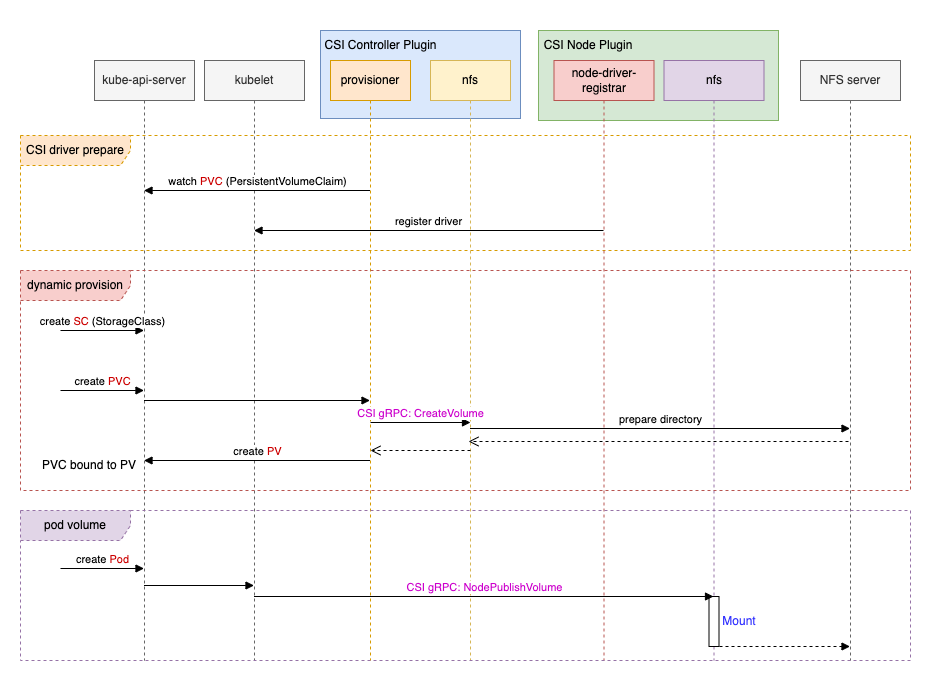
RifeWang/images keeps this draw.io diagram as k8s/k8s-csi.drawio.png. Above is the earlier version. Source tidied: cells renumbered, new cells last; positions are measured from the earlier drawing's top-left corner, leaving out a move shared by most shapes. Its diagram source:
```xml
<mxGraphModel>
  <root>
    <mxCell id="0" />
    <mxCell id="1" parent="0" />
    <mxCell id="2" style="rounded=0;whiteSpace=wrap;html=1;strokeColor=none;" parent="1" vertex="1">
      <mxGeometry width="950" height="690" as="geometry" />
    </mxCell>
    <mxCell id="3" value="CSI driver prepare" style="shape=umlFrame;whiteSpace=wrap;html=1;width=110;height=30;dashed=1;fillColor=#ffe6cc;strokeColor=#d79b00;" parent="1" vertex="1">
      <mxGeometry x="20" y="135" width="890" height="115" as="geometry" />
    </mxCell>
    <mxCell id="4" style="rounded=0;whiteSpace=wrap;html=1;align=left;fillColor=#d5e8d4;strokeColor=#82b366;" parent="1" vertex="1">
      <mxGeometry x="538" y="30" width="240" height="90" as="geometry" />
    </mxCell>
    <mxCell id="5" style="rounded=0;whiteSpace=wrap;html=1;align=left;fillColor=#dae8fc;strokeColor=#6c8ebf;" parent="1" vertex="1">
      <mxGeometry x="320" y="30" width="200" height="88" as="geometry" />
    </mxCell>
    <mxCell id="6" value="kube-api-server" style="shape=umlLifeline;perimeter=lifelinePerimeter;whiteSpace=wrap;html=1;outlineConnect=0;portConstraint=eastwest;newEdgeStyle={&quot;curved&quot;:0,&quot;rounded&quot;:0};fillColor=#f5f5f5;fontColor=#333333;strokeColor=#666666;" parent="1" vertex="1">
      <mxGeometry x="94" y="60" width="100" height="600" as="geometry" />
    </mxCell>
    <mxCell id="7" value="provisioner" style="shape=umlLifeline;perimeter=lifelinePerimeter;whiteSpace=wrap;html=1;newEdgeStyle={&quot;curved&quot;:0,&quot;rounded&quot;:0};fillColor=#ffe6cc;strokeColor=#d79b00;" parent="1" vertex="1">
      <mxGeometry x="330" y="60" width="80" height="600" as="geometry" />
    </mxCell>
    <mxCell id="8" value="nfs" style="shape=umlLifeline;perimeter=lifelinePerimeter;whiteSpace=wrap;html=1;newEdgeStyle={&quot;curved&quot;:0,&quot;rounded&quot;:0};fillColor=#fff2cc;strokeColor=#d6b656;" parent="1" vertex="1">
      <mxGeometry x="430" y="60" width="80" height="600" as="geometry" />
    </mxCell>
    <mxCell id="9" value="&lt;span style=&quot;text-align: left;&quot;&gt;CSI Controller Plugin&lt;/span&gt;" style="text;html=1;align=center;verticalAlign=middle;whiteSpace=wrap;rounded=0;" parent="1" vertex="1">
      <mxGeometry x="320" y="30" width="121" height="30" as="geometry" />
    </mxCell>
    <mxCell id="10" value="kubelet" style="shape=umlLifeline;perimeter=lifelinePerimeter;whiteSpace=wrap;html=1;newEdgeStyle={&quot;curved&quot;:0,&quot;rounded&quot;:0};fillColor=#f5f5f5;fontColor=#333333;strokeColor=#666666;" parent="1" vertex="1">
      <mxGeometry x="204" y="60" width="100" height="600" as="geometry" />
    </mxCell>
    <mxCell id="11" value="node-driver-registrar" style="shape=umlLifeline;perimeter=lifelinePerimeter;whiteSpace=wrap;html=1;newEdgeStyle={&quot;curved&quot;:0,&quot;rounded&quot;:0};fillColor=#f8cecc;strokeColor=#b85450;" parent="1" vertex="1">
      <mxGeometry x="553.5" y="60" width="100" height="600" as="geometry" />
    </mxCell>
    <mxCell id="12" value="nfs" style="shape=umlLifeline;perimeter=lifelinePerimeter;whiteSpace=wrap;html=1;newEdgeStyle={&quot;curved&quot;:0,&quot;rounded&quot;:0};fillColor=#e1d5e7;strokeColor=#9673a6;" parent="1" vertex="1">
      <mxGeometry x="663.5" y="60" width="100" height="600" as="geometry" />
    </mxCell>
    <mxCell id="13" style="html=1;perimeter=orthogonalPerimeter;targetShapes=umlLifeline;newEdgeStyle={&quot;curved&quot;:0,&quot;rounded&quot;:0};" parent="12" vertex="1">
      <mxGeometry x="45" y="536" width="10" height="50" as="geometry" />
    </mxCell>
    <mxCell id="14" value="&lt;span style=&quot;text-align: left;&quot;&gt;CSI Node Plugin&lt;/span&gt;" style="text;html=1;align=center;verticalAlign=middle;whiteSpace=wrap;rounded=0;" parent="1" vertex="1">
      <mxGeometry x="538" y="30" width="100" height="30" as="geometry" />
    </mxCell>
    <mxCell id="15" value="NFS server" style="shape=umlLifeline;perimeter=lifelinePerimeter;whiteSpace=wrap;html=1;newEdgeStyle={&quot;curved&quot;:0,&quot;rounded&quot;:0};fillColor=#f5f5f5;fontColor=#333333;strokeColor=#666666;" parent="1" vertex="1">
      <mxGeometry x="800" y="60" width="100" height="600" as="geometry" />
    </mxCell>
    <mxCell id="16" value="watch &lt;font color=&quot;#cc0000&quot;&gt;PVC&lt;/font&gt; (PersistentVolumeClaim)" style="html=1;verticalAlign=bottom;endArrow=block;curved=0;rounded=0;" parent="1" edge="1">
      <mxGeometry relative="1" as="geometry">
        <mxPoint x="369.5" y="190" as="sourcePoint" />
        <mxPoint x="143.5" y="190" as="targetPoint" />
      </mxGeometry>
    </mxCell>
    <mxCell id="17" value="register driver" style="html=1;verticalAlign=bottom;endArrow=block;curved=0;rounded=0;" parent="1" edge="1">
      <mxGeometry relative="1" as="geometry">
        <mxPoint x="603" y="230" as="sourcePoint" />
        <mxPoint x="253.5" y="230" as="targetPoint" />
      </mxGeometry>
    </mxCell>
    <mxCell id="18" value="create &lt;font color=&quot;#cc0000&quot;&gt;SC&lt;/font&gt; (StorageClass)" style="html=1;verticalAlign=bottom;endArrow=block;curved=0;rounded=0;" parent="1" edge="1" target="6">
      <mxGeometry relative="1" as="geometry">
        <mxPoint x="60" y="330" as="sourcePoint" />
      </mxGeometry>
    </mxCell>
    <mxCell id="19" value="create &lt;font color=&quot;#cc0000&quot;&gt;PVC&lt;/font&gt;" style="html=1;verticalAlign=bottom;endArrow=block;curved=0;rounded=0;" parent="1" edge="1" target="6">
      <mxGeometry relative="1" as="geometry">
        <mxPoint x="60" y="390" as="sourcePoint" />
      </mxGeometry>
    </mxCell>
    <mxCell id="20" style="html=1;verticalAlign=bottom;endArrow=block;curved=0;rounded=0;" parent="1" edge="1">
      <mxGeometry relative="1" as="geometry">
        <mxPoint x="143.5" y="400" as="sourcePoint" />
        <mxPoint x="369.5" y="400" as="targetPoint" />
      </mxGeometry>
    </mxCell>
    <mxCell id="21" value="&lt;font color=&quot;#cc00cc&quot;&gt;CSI gRPC: CreateVolume&lt;/font&gt;" style="html=1;verticalAlign=bottom;endArrow=block;curved=0;rounded=0;" parent="1" edge="1">
      <mxGeometry relative="1" as="geometry">
        <mxPoint x="370" y="422" as="sourcePoint" />
        <mxPoint x="470" y="422" as="targetPoint" />
      </mxGeometry>
    </mxCell>
    <mxCell id="22" value="prepare directory" style="html=1;verticalAlign=bottom;endArrow=block;curved=0;rounded=0;" parent="1" edge="1">
      <mxGeometry relative="1" as="geometry">
        <mxPoint x="469.5" y="428" as="sourcePoint" />
        <mxPoint x="849.5" y="428" as="targetPoint" />
      </mxGeometry>
    </mxCell>
    <mxCell id="23" style="html=1;verticalAlign=bottom;endArrow=open;dashed=1;endSize=8;curved=0;rounded=0;" parent="1" edge="1">
      <mxGeometry relative="1" as="geometry">
        <mxPoint x="848" y="441" as="sourcePoint" />
        <mxPoint x="468" y="441" as="targetPoint" />
      </mxGeometry>
    </mxCell>
    <mxCell id="24" style="html=1;verticalAlign=bottom;endArrow=open;dashed=1;endSize=8;curved=0;rounded=0;" parent="1" edge="1">
      <mxGeometry relative="1" as="geometry">
        <mxPoint x="470" y="450" as="sourcePoint" />
        <mxPoint x="370" y="450" as="targetPoint" />
      </mxGeometry>
    </mxCell>
    <mxCell id="25" value="create &lt;font color=&quot;#cc0000&quot;&gt;PV&lt;/font&gt;" style="html=1;verticalAlign=bottom;endArrow=block;curved=0;rounded=0;" parent="1" edge="1">
      <mxGeometry relative="1" as="geometry">
        <mxPoint x="369.5" y="460" as="sourcePoint" />
        <mxPoint x="143.5" y="460" as="targetPoint" />
      </mxGeometry>
    </mxCell>
    <mxCell id="26" value="PVC bound to PV" style="text;html=1;align=center;verticalAlign=middle;whiteSpace=wrap;rounded=0;" parent="1" vertex="1">
      <mxGeometry x="36" y="450" width="106" height="30" as="geometry" />
    </mxCell>
    <mxCell id="27" value="create &lt;font color=&quot;#cc0000&quot;&gt;Pod&lt;/font&gt;" style="html=1;verticalAlign=bottom;endArrow=block;curved=0;rounded=0;" parent="1" edge="1">
      <mxGeometry relative="1" as="geometry">
        <mxPoint x="60" y="568" as="sourcePoint" />
        <mxPoint x="143.5" y="568" as="targetPoint" />
        <Array as="points">
          <mxPoint x="60" y="568" />
        </Array>
      </mxGeometry>
    </mxCell>
    <mxCell id="28" style="html=1;verticalAlign=bottom;endArrow=block;curved=0;rounded=0;" parent="1" edge="1">
      <mxGeometry relative="1" as="geometry">
        <mxPoint x="143.5" y="585" as="sourcePoint" />
        <mxPoint x="253.5" y="585" as="targetPoint" />
      </mxGeometry>
    </mxCell>
    <mxCell id="29" value="&lt;font color=&quot;#cc00cc&quot;&gt;CSI gRPC: NodePublishVolume&lt;/font&gt;" style="html=1;verticalAlign=bottom;endArrow=block;curved=0;rounded=0;" parent="1" edge="1">
      <mxGeometry relative="1" as="geometry">
        <mxPoint x="253.5" y="596" as="sourcePoint" />
        <mxPoint x="713" y="596" as="targetPoint" />
      </mxGeometry>
    </mxCell>
    <mxCell id="30" value="&lt;font color=&quot;#3333ff&quot;&gt;Mount&lt;/font&gt;" style="text;html=1;align=center;verticalAlign=middle;whiteSpace=wrap;rounded=0;" parent="1" vertex="1">
      <mxGeometry x="718" y="606" width="42" height="30" as="geometry" />
    </mxCell>
    <mxCell id="31" style="html=1;verticalAlign=bottom;endArrow=block;curved=0;rounded=0;dashed=1;" parent="1" edge="1">
      <mxGeometry relative="1" as="geometry">
        <mxPoint x="713" y="646" as="sourcePoint" />
        <mxPoint x="849.5" y="646" as="targetPoint" />
      </mxGeometry>
    </mxCell>
    <mxCell id="32" value="dynamic provision" style="shape=umlFrame;whiteSpace=wrap;html=1;width=110;height=30;dashed=1;fillColor=#f8cecc;strokeColor=#b85450;" parent="1" vertex="1">
      <mxGeometry x="20" y="270" width="890" height="220" as="geometry" />
    </mxCell>
    <mxCell id="33" value="pod volume" style="shape=umlFrame;whiteSpace=wrap;html=1;width=110;height=30;dashed=1;fillColor=#e1d5e7;strokeColor=#9673a6;" parent="1" vertex="1">
      <mxGeometry x="20" y="510" width="890" height="150" as="geometry" />
    </mxCell>
  </root>
</mxGraphModel>
```
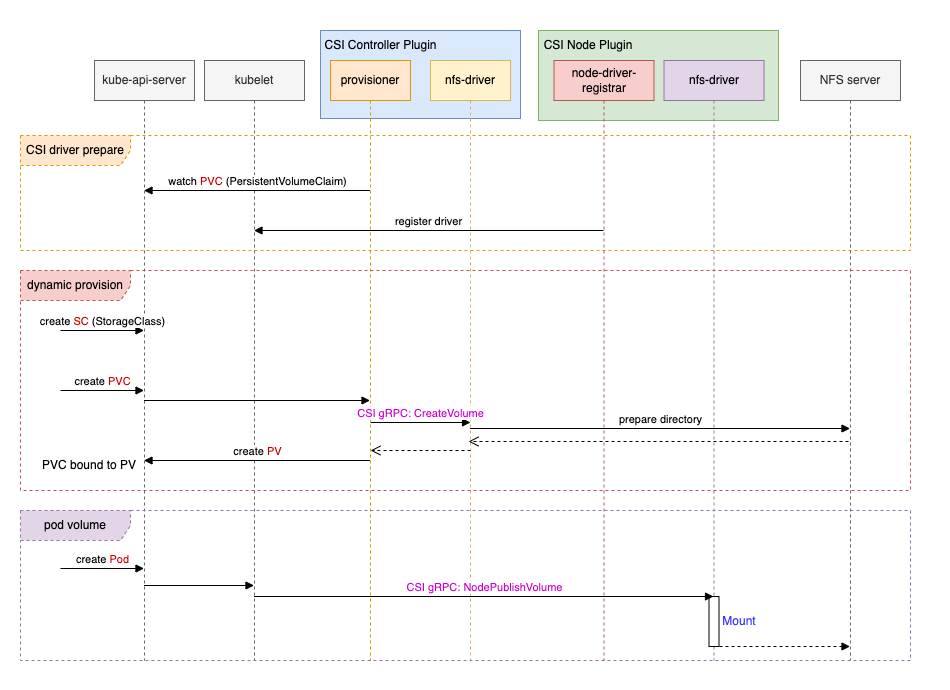
Later version of the same file.

Change to the diagram source:
```diff
@@ -20,7 +20,7 @@
     <mxCell id="7" value="provisioner" style="shape=umlLifeline;perimeter=lifelinePerimeter;whiteSpace=wrap;html=1;newEdgeStyle={&quot;curved&quot;:0,&quot;rounded&quot;:0};fillColor=#ffe6cc;strokeColor=#d79b00;" parent="1" vertex="1">
       <mxGeometry x="330" y="60" width="80" height="600" as="geometry" />
     </mxCell>
-    <mxCell id="8" value="nfs" style="shape=umlLifeline;perimeter=lifelinePerimeter;whiteSpace=wrap;html=1;newEdgeStyle={&quot;curved&quot;:0,&quot;rounded&quot;:0};fillColor=#fff2cc;strokeColor=#d6b656;" parent="1" vertex="1">
+    <mxCell id="8" value="nfs-driver" style="shape=umlLifeline;perimeter=lifelinePerimeter;whiteSpace=wrap;html=1;newEdgeStyle={&quot;curved&quot;:0,&quot;rounded&quot;:0};fillColor=#fff2cc;strokeColor=#d6b656;" parent="1" vertex="1">
       <mxGeometry x="430" y="60" width="80" height="600" as="geometry" />
     </mxCell>
     <mxCell id="9" value="&lt;span style=&quot;text-align: left;&quot;&gt;CSI Controller Plugin&lt;/span&gt;" style="text;html=1;align=center;verticalAlign=middle;whiteSpace=wrap;rounded=0;" parent="1" vertex="1">
@@ -32,7 +32,7 @@
     <mxCell id="11" value="node-driver-registrar" style="shape=umlLifeline;perimeter=lifelinePerimeter;whiteSpace=wrap;html=1;newEdgeStyle={&quot;curved&quot;:0,&quot;rounded&quot;:0};fillColor=#f8cecc;strokeColor=#b85450;" parent="1" vertex="1">
       <mxGeometry x="553.5" y="60" width="100" height="600" as="geometry" />
     </mxCell>
-    <mxCell id="12" value="nfs" style="shape=umlLifeline;perimeter=lifelinePerimeter;whiteSpace=wrap;html=1;newEdgeStyle={&quot;curved&quot;:0,&quot;rounded&quot;:0};fillColor=#e1d5e7;strokeColor=#9673a6;" parent="1" vertex="1">
+    <mxCell id="12" value="nfs-driver" style="shape=umlLifeline;perimeter=lifelinePerimeter;whiteSpace=wrap;html=1;newEdgeStyle={&quot;curved&quot;:0,&quot;rounded&quot;:0};fillColor=#e1d5e7;strokeColor=#9673a6;" parent="1" vertex="1">
       <mxGeometry x="663.5" y="60" width="100" height="600" as="geometry" />
     </mxCell>
     <mxCell id="13" style="html=1;perimeter=orthogonalPerimeter;targetShapes=umlLifeline;newEdgeStyle={&quot;curved&quot;:0,&quot;rounded&quot;:0};" parent="12" vertex="1">
```
